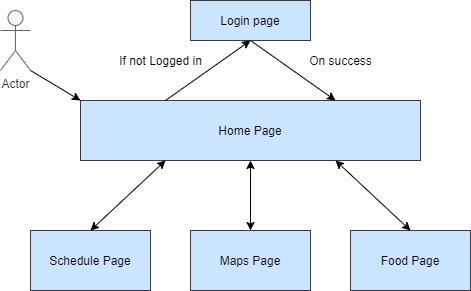
Above: docs/front-end-basic-interaction.png in awebsters/qlink (draw.io), before the change. Source tidied: cells renumbered, new cells last; positions are measured from the earlier drawing's top-left corner, leaving out a move shared by most shapes.
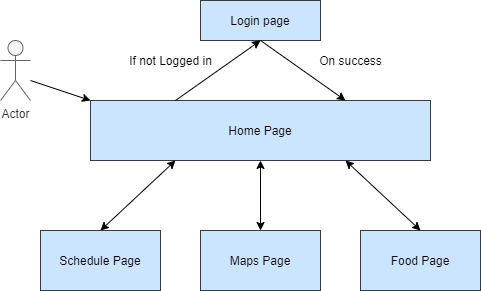
After the commit.

Diff of the diagram source:
```diff
@@ -3,7 +3,7 @@
     <mxCell id="0" />
     <mxCell id="1" parent="0" />
     <mxCell id="2" value="Actor" style="shape=umlActor;verticalLabelPosition=bottom;verticalAlign=top;html=1;outlineConnect=0;fillColor=#f5f5f5;strokeColor=#666666;fontColor=#333333;" parent="1" vertex="1">
-      <mxGeometry y="10" width="30" height="60" as="geometry" />
+      <mxGeometry x="-10" y="40" width="30" height="60" as="geometry" />
     </mxCell>
     <mxCell id="3" value="Home Page" style="rounded=0;whiteSpace=wrap;html=1;fillColor=#cce5ff;strokeColor=#36393d;" parent="1" vertex="1">
       <mxGeometry x="80" y="100" width="340" height="60" as="geometry" />
@@ -23,8 +23,10 @@
     <mxCell id="8" value="On success" style="text;html=1;align=center;verticalAlign=middle;" parent="1" vertex="1">
       <mxGeometry x="300" y="50" width="80" height="20" as="geometry" />
     </mxCell>
-    <mxCell id="9" style="endArrow=classic;html=1;exitX=1;exitY=1;exitDx=0;exitDy=0;exitPerimeter=0;entryX=0;entryY=0;entryDx=0;entryDy=0;" parent="1" edge="1" source="2" target="3">
-      <mxGeometry relative="1" as="geometry" />
+    <mxCell id="9" style="endArrow=classic;html=1;entryX=0;entryY=0;entryDx=0;entryDy=0;" parent="1" edge="1" target="3">
+      <mxGeometry relative="1" as="geometry">
+        <mxPoint x="20" y="80" as="sourcePoint" />
+      </mxGeometry>
     </mxCell>
     <mxCell id="10" value="Schedule Page" style="rounded=0;whiteSpace=wrap;html=1;fillColor=#cce5ff;strokeColor=#36393d;" parent="1" vertex="1">
       <mxGeometry x="30" y="230" width="120" height="60" as="geometry" />
```
